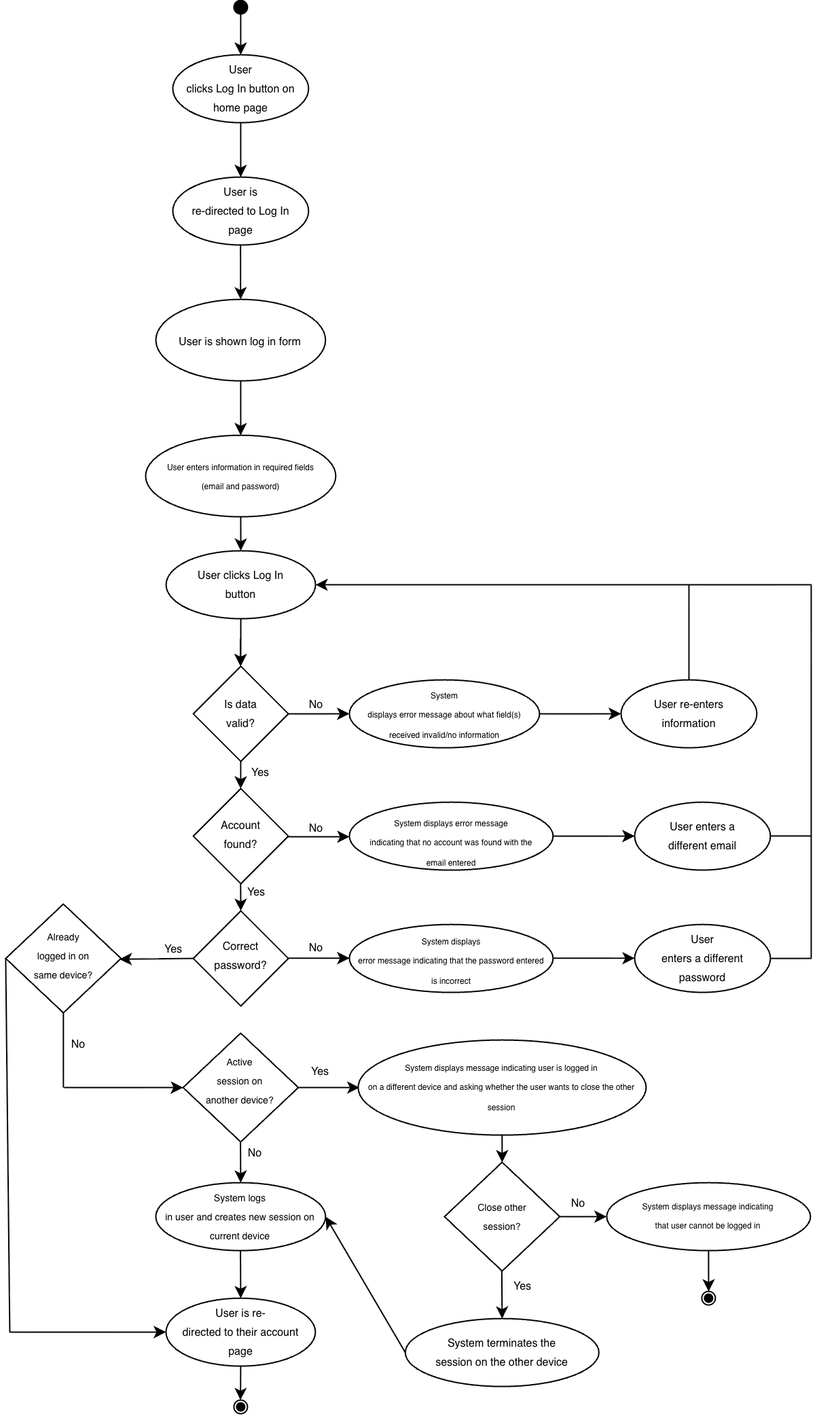
Above: Camila Da Silva/US7_Login/US7_Activity.png in Jason-Kng/Bulldog-Records (draw.io), before the change. Source tidied: cells renumbered, new cells last; positions are measured from the earlier drawing's top-left corner, leaving out a move shared by most shapes.
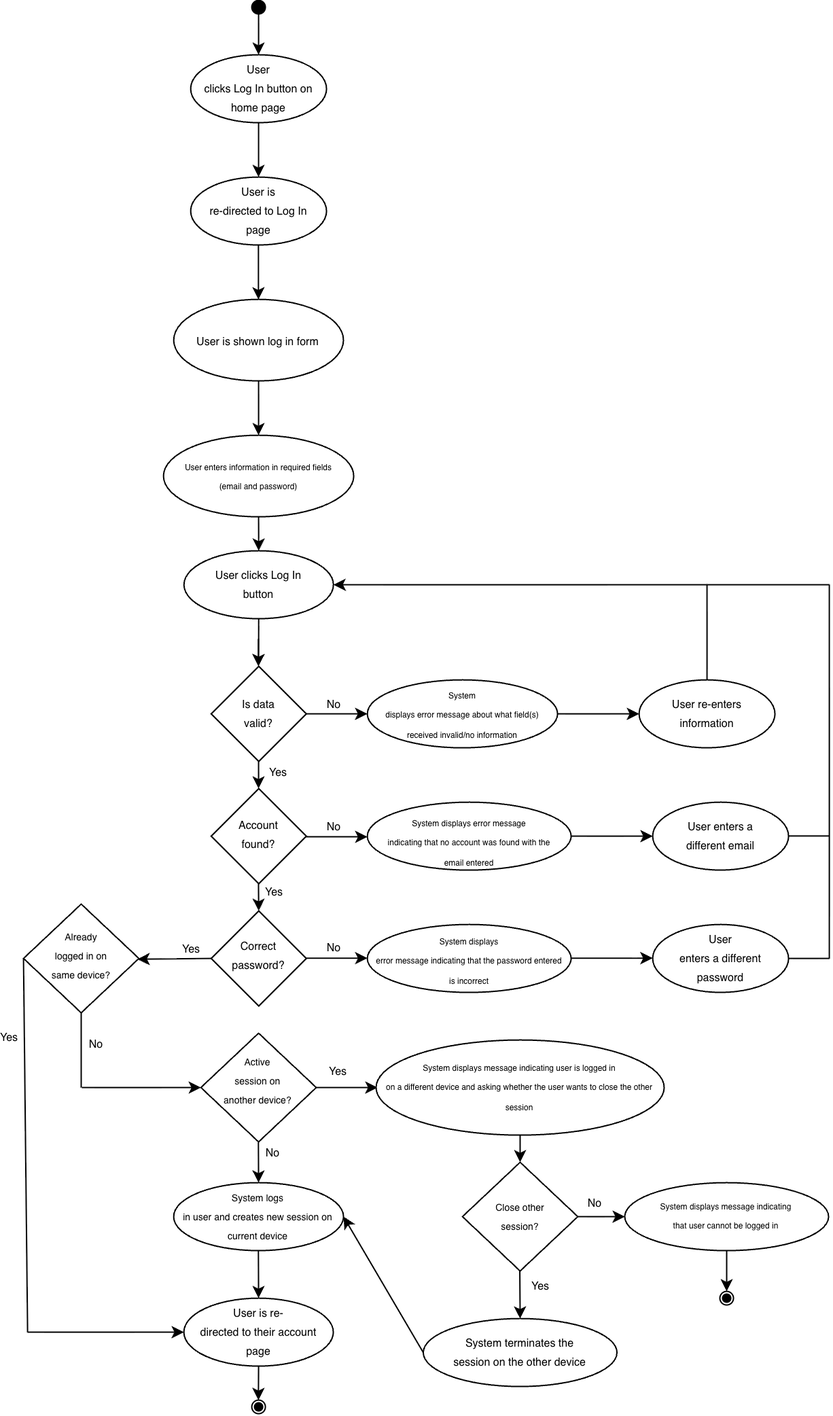
After the commit.

The edit, as a diff of the source:
```diff
@@ -305,5 +305,10 @@
         <mxPoint y="-3" as="offset" />
       </mxGeometry>
     </mxCell>
+    <mxCell id="73" value="&lt;font style=&quot;font-size: 8px; color: light-dark(rgb(0, 0, 0), rgb(0, 0, 0));&quot;&gt;Yes&lt;/font&gt;" style="edgeLabel;html=1;align=center;verticalAlign=middle;" parent="1" vertex="1">
+      <mxGeometry x="-11" y="765" as="geometry">
+        <mxPoint y="-3" as="offset" />
+      </mxGeometry>
+    </mxCell>
   </root>
 </mxGraphModel>
```
